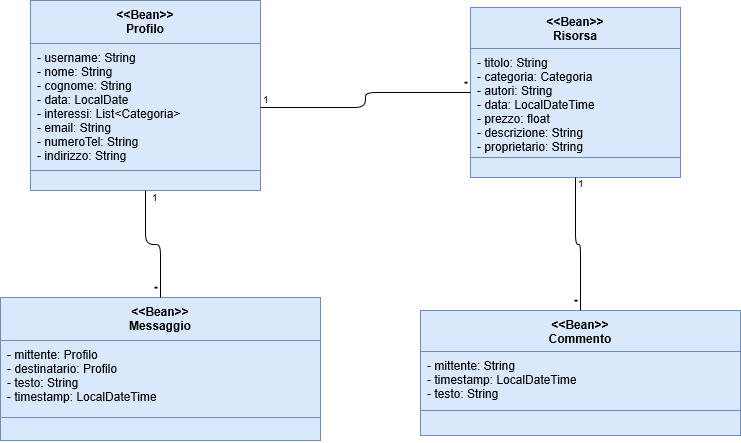
Above: Reingegnerizzazione/DettaglioProfilo.png in SundavarBlaka/Alexandria (draw.io), before the change. Source tidied: cells renumbered, new cells last; positions are measured from the earlier drawing's top-left corner, leaving out a move shared by most shapes. The source it was exported from:
```xml
<mxGraphModel>
  <root>
    <mxCell id="0" />
    <mxCell id="1" parent="0" />
    <mxCell id="2" value="&lt;&lt;Bean&gt;&gt;&#10;Profilo&#10;" style="swimlane;fontStyle=1;align=center;verticalAlign=top;horizontal=1;startSize=43;fillColor=#dae8fc;strokeColor=#6c8ebf;" parent="1" vertex="1">
      <mxGeometry x="30" width="230" height="190" as="geometry" />
    </mxCell>
    <mxCell id="3" value="- username: String&#10;- nome: String&#10;- cognome: String&#10;- data: LocalDate&#10;- interessi: List&lt;Categoria&gt;&#10;- email: String&#10;- numeroTel: String&#10;- indirizzo: String&#10;" style="text;strokeColor=#6c8ebf;fillColor=#dae8fc;align=left;verticalAlign=top;spacingLeft=4;spacingRight=4;overflow=hidden;points=[[0,0.5],[1,0.5]];portConstraint=eastwest;" parent="2" vertex="1">
      <mxGeometry y="43" width="230" height="127" as="geometry" />
    </mxCell>
    <mxCell id="4" style="text;strokeColor=#6c8ebf;fillColor=#dae8fc;align=left;verticalAlign=top;spacingLeft=4;spacingRight=4;overflow=hidden;" parent="2" vertex="1">
      <mxGeometry y="170" width="230" height="20" as="geometry" />
    </mxCell>
    <mxCell id="5" value="&lt;&lt;Bean&gt;&gt;&#10;Risorsa" style="swimlane;fontStyle=1;align=center;verticalAlign=top;horizontal=1;startSize=41;fillColor=#dae8fc;strokeColor=#6c8ebf;" parent="1" vertex="1">
      <mxGeometry x="470" y="7" width="210" height="170" as="geometry" />
    </mxCell>
    <mxCell id="6" value="- titolo: String&#10;- categoria: Categoria&#10;- autori: String&#10;- data: LocalDateTime&#10;- prezzo: float&#10;- descrizione: String&#10;- proprietario: String&#10;" style="text;strokeColor=#6c8ebf;fillColor=#dae8fc;align=left;verticalAlign=top;spacingLeft=4;spacingRight=4;overflow=hidden;" parent="5" vertex="1">
      <mxGeometry y="41" width="210" height="109" as="geometry" />
    </mxCell>
    <mxCell id="7" value="&#10;" style="text;strokeColor=#6c8ebf;fillColor=#dae8fc;align=left;verticalAlign=top;spacingLeft=4;spacingRight=4;overflow=hidden;" parent="5" vertex="1">
      <mxGeometry y="150" width="210" height="20" as="geometry" />
    </mxCell>
    <mxCell id="8" value="&lt;&lt;Bean&gt;&gt;&#10;Messaggio&#10;" style="swimlane;fontStyle=1;align=center;verticalAlign=top;horizontal=1;startSize=43;fillColor=#dae8fc;strokeColor=#6c8ebf;" parent="1" vertex="1">
      <mxGeometry y="297" width="320" height="143" as="geometry" />
    </mxCell>
    <mxCell id="9" value="- mittente: Profilo&#10;- destinatario: Profilo&#10;- testo: String&#10;- timestamp: LocalDateTime&#10;" style="text;strokeColor=#6c8ebf;fillColor=#dae8fc;align=left;verticalAlign=top;spacingLeft=4;spacingRight=4;overflow=hidden;" parent="8" vertex="1">
      <mxGeometry y="43" width="320" height="77" as="geometry" />
    </mxCell>
    <mxCell id="10" value="&#10;" style="text;strokeColor=#6c8ebf;fillColor=#dae8fc;align=left;verticalAlign=top;spacingLeft=4;spacingRight=4;overflow=hidden;" parent="8" vertex="1">
      <mxGeometry y="120" width="320" height="23" as="geometry" />
    </mxCell>
    <mxCell id="11" value="&lt;&lt;Bean&gt;&gt;&#10;Commento&#10;" style="swimlane;fontStyle=1;align=center;verticalAlign=top;horizontal=1;startSize=41;fillColor=#dae8fc;strokeColor=#6c8ebf;" parent="1" vertex="1">
      <mxGeometry x="420" y="310" width="320" height="125" as="geometry" />
    </mxCell>
    <mxCell id="12" value="- mittente: String&#10;- timestamp: LocalDateTime&#10;- testo: String" style="text;strokeColor=#6c8ebf;fillColor=#dae8fc;align=left;verticalAlign=top;spacingLeft=4;spacingRight=4;overflow=hidden;" parent="11" vertex="1">
      <mxGeometry y="41" width="320" height="59" as="geometry" />
    </mxCell>
    <mxCell id="13" style="text;strokeColor=#6c8ebf;fillColor=#dae8fc;align=left;verticalAlign=top;spacingLeft=4;spacingRight=4;overflow=hidden;" parent="11" vertex="1">
      <mxGeometry y="100" width="320" height="25" as="geometry" />
    </mxCell>
    <mxCell id="14" style="endArrow=none;html=1;edgeStyle=orthogonalEdgeStyle;exitX=1;exitY=0.5;exitDx=0;exitDy=0;entryX=0;entryY=0.5;entryDx=0;entryDy=0;" parent="1" edge="1" source="3" target="5">
      <mxGeometry relative="1" as="geometry" />
    </mxCell>
    <mxCell id="15" value="1&lt;br&gt;" style="html=1;align=left;verticalAlign=bottom;labelBackgroundColor=#ffffff;fontSize=10;" parent="14" vertex="1">
      <mxGeometry x="-1" relative="1" as="geometry" />
    </mxCell>
    <mxCell id="16" value="*&lt;br&gt;" style="html=1;align=right;verticalAlign=bottom;labelBackgroundColor=#ffffff;fontSize=10;" parent="14" vertex="1">
      <mxGeometry x="1" relative="1" as="geometry" />
    </mxCell>
    <mxCell id="17" style="endArrow=none;html=1;edgeStyle=orthogonalEdgeStyle;exitX=0.5;exitY=1;exitDx=0;exitDy=0;entryX=0.5;entryY=0;entryDx=0;entryDy=0;" parent="1" edge="1" source="5" target="11">
      <mxGeometry relative="1" as="geometry" />
    </mxCell>
    <mxCell id="18" value="1&lt;br&gt;" style="html=1;align=left;verticalAlign=bottom;labelBackgroundColor=#ffffff;fontSize=10;" parent="17" vertex="1">
      <mxGeometry x="-1" relative="1" as="geometry">
        <mxPoint y="14" as="offset" />
      </mxGeometry>
    </mxCell>
    <mxCell id="19" value="*&lt;br&gt;" style="html=1;align=right;verticalAlign=bottom;labelBackgroundColor=#ffffff;fontSize=10;" parent="17" vertex="1">
      <mxGeometry x="1" relative="1" as="geometry" />
    </mxCell>
    <mxCell id="20" style="endArrow=none;html=1;edgeStyle=orthogonalEdgeStyle;exitX=0.5;exitY=1;exitDx=0;exitDy=0;entryX=0.5;entryY=0;entryDx=0;entryDy=0;" parent="1" edge="1" source="2" target="8">
      <mxGeometry relative="1" as="geometry" />
    </mxCell>
    <mxCell id="21" value="1&lt;br&gt;" style="html=1;align=left;verticalAlign=bottom;labelBackgroundColor=#ffffff;fontSize=10;" parent="20" vertex="1">
      <mxGeometry x="-1" relative="1" as="geometry">
        <mxPoint x="4" y="15" as="offset" />
      </mxGeometry>
    </mxCell>
    <mxCell id="22" value="*&lt;br&gt;" style="html=1;align=right;verticalAlign=bottom;labelBackgroundColor=#ffffff;fontSize=10;" parent="20" vertex="1">
      <mxGeometry x="1" relative="1" as="geometry" />
    </mxCell>
  </root>
</mxGraphModel>
```
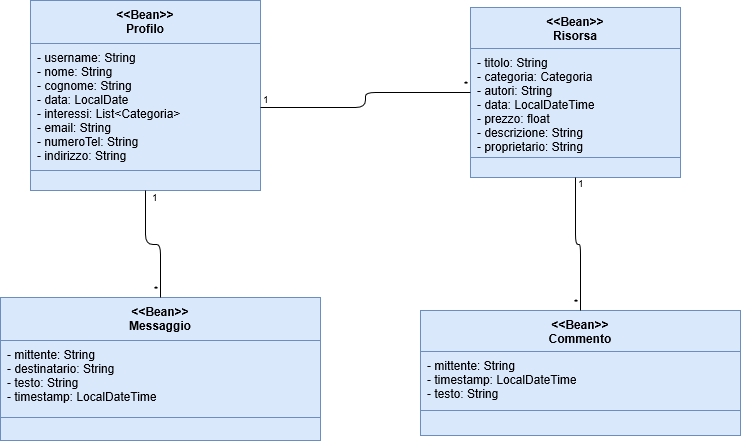
The same file after the commit.

Diff of the diagram source:
```diff
@@ -23,7 +23,7 @@
     <mxCell id="8" value="&lt;&lt;Bean&gt;&gt;&#10;Messaggio&#10;" style="swimlane;fontStyle=1;align=center;verticalAlign=top;horizontal=1;startSize=43;fillColor=#dae8fc;strokeColor=#6c8ebf;" parent="1" vertex="1">
       <mxGeometry y="297" width="320" height="143" as="geometry" />
     </mxCell>
-    <mxCell id="9" value="- mittente: Profilo&#10;- destinatario: Profilo&#10;- testo: String&#10;- timestamp: LocalDateTime&#10;" style="text;strokeColor=#6c8ebf;fillColor=#dae8fc;align=left;verticalAlign=top;spacingLeft=4;spacingRight=4;overflow=hidden;" parent="8" vertex="1">
+    <mxCell id="9" value="- mittente: String&#10;- destinatario: String&#10;- testo: String&#10;- timestamp: LocalDateTime&#10;" style="text;strokeColor=#6c8ebf;fillColor=#dae8fc;align=left;verticalAlign=top;spacingLeft=4;spacingRight=4;overflow=hidden;" parent="8" vertex="1">
       <mxGeometry y="43" width="320" height="77" as="geometry" />
     </mxCell>
     <mxCell id="10" value="&#10;" style="text;strokeColor=#6c8ebf;fillColor=#dae8fc;align=left;verticalAlign=top;spacingLeft=4;spacingRight=4;overflow=hidden;" parent="8" vertex="1">
```
